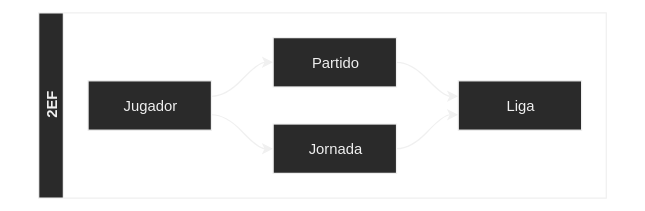
Jloen1999/tramitesPlanificaciones keeps this draw.io diagram as app.Obsidian/Diagram/Diagram1.svg. Above is the earlier version. Source tidied: cells renumbered, new cells last; positions are measured from the earlier drawing's top-left corner, leaving out a move shared by most shapes.
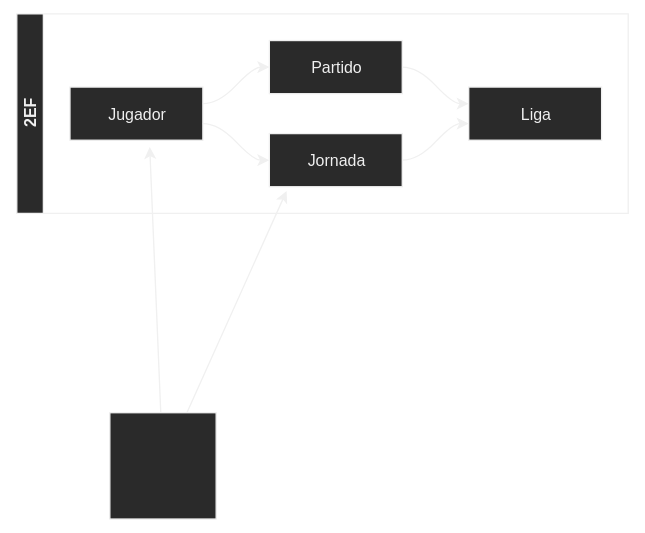
The same file after the commit.

Change to the diagram source:
```diff
@@ -49,5 +49,16 @@
         </Array>
       </mxGeometry>
     </mxCell>
+    <mxCell id="11" style="edgeStyle=none;html=1;" parent="1" edge="1" source="13">
+      <mxGeometry relative="1" as="geometry">
+        <mxPoint x="100" y="100" as="targetPoint" />
+      </mxGeometry>
+    </mxCell>
+    <mxCell id="12" style="edgeStyle=none;html=1;entryX=0.13;entryY=1.078;entryDx=0;entryDy=0;entryPerimeter=0;" parent="1" edge="1" source="13" target="6">
+      <mxGeometry relative="1" as="geometry" />
+    </mxCell>
+    <mxCell id="13" style="whiteSpace=wrap;html=1;" parent="1" vertex="1">
+      <mxGeometry x="70" y="300" width="80" height="80" as="geometry" />
+    </mxCell>
   </root>
 </mxGraphModel>
```
